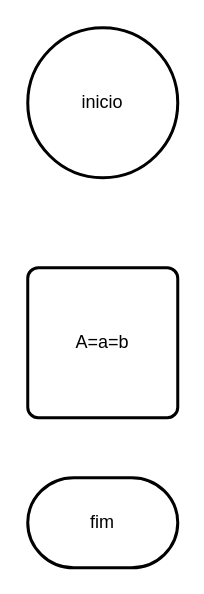
Before: teste_para_github.drawio in juanmoises/FATEC-ELETRONICA-731921026-juan-LTP, a draw.io diagram. Source tidied: cells renumbered, new cells numbered last; positions are measured from the earlier drawing's top-left corner, leaving out a move shared by most shapes. Both pictures are drawn from the tidied source at 150%, with x=0, y=0 at pixel (27, 27).
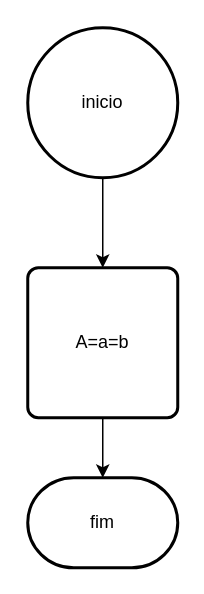
After the change.

Commit message:
teste_para_github

Adicionadas ligações

What changed in the source:
```diff
@@
 <mxGraphModel>
   <root>
     <mxCell id="0" />
     <mxCell id="1" parent="0" />
+    <mxCell id="5" style="edgeStyle=orthogonalEdgeStyle;rounded=0;jettySize=auto;html=1;exitX=0.5;exitY=1;exitDx=0;exitDy=0;exitPerimeter=0;entryX=0.5;entryY=0;entryDx=0;entryDy=0;" parent="1" edge="1" source="2" target="4">
+      <mxGeometry relative="1" as="geometry" />
+    </mxCell>
     <mxCell id="2" value="inicio" style="strokeWidth=2;html=1;shape=mxgraph.flowchart.start_2;whiteSpace=wrap;" parent="1" vertex="1">
       <mxGeometry width="100" height="100" as="geometry" />
     </mxCell>
     <mxCell id="3" value="fim" style="strokeWidth=2;html=1;shape=mxgraph.flowchart.terminator;whiteSpace=wrap;" parent="1" vertex="1">
       <mxGeometry y="300" width="100" height="60" as="geometry" />
     </mxCell>
+    <mxCell id="6" style="edgeStyle=orthogonalEdgeStyle;rounded=0;jettySize=auto;html=1;exitX=0.5;exitY=1;exitDx=0;exitDy=0;entryX=0.5;entryY=0;entryDx=0;entryDy=0;entryPerimeter=0;" parent="1" edge="1" source="4" target="3">
+      <mxGeometry relative="1" as="geometry" />
+    </mxCell>
     <mxCell id="4" value="A=a=b" style="rounded=1;whiteSpace=wrap;html=1;absoluteArcSize=1;arcSize=14;strokeWidth=2;" parent="1" vertex="1">
       <mxGeometry y="160" width="100" height="100" as="geometry" />
     </mxCell>
   </root>
 </mxGraphModel>
```
